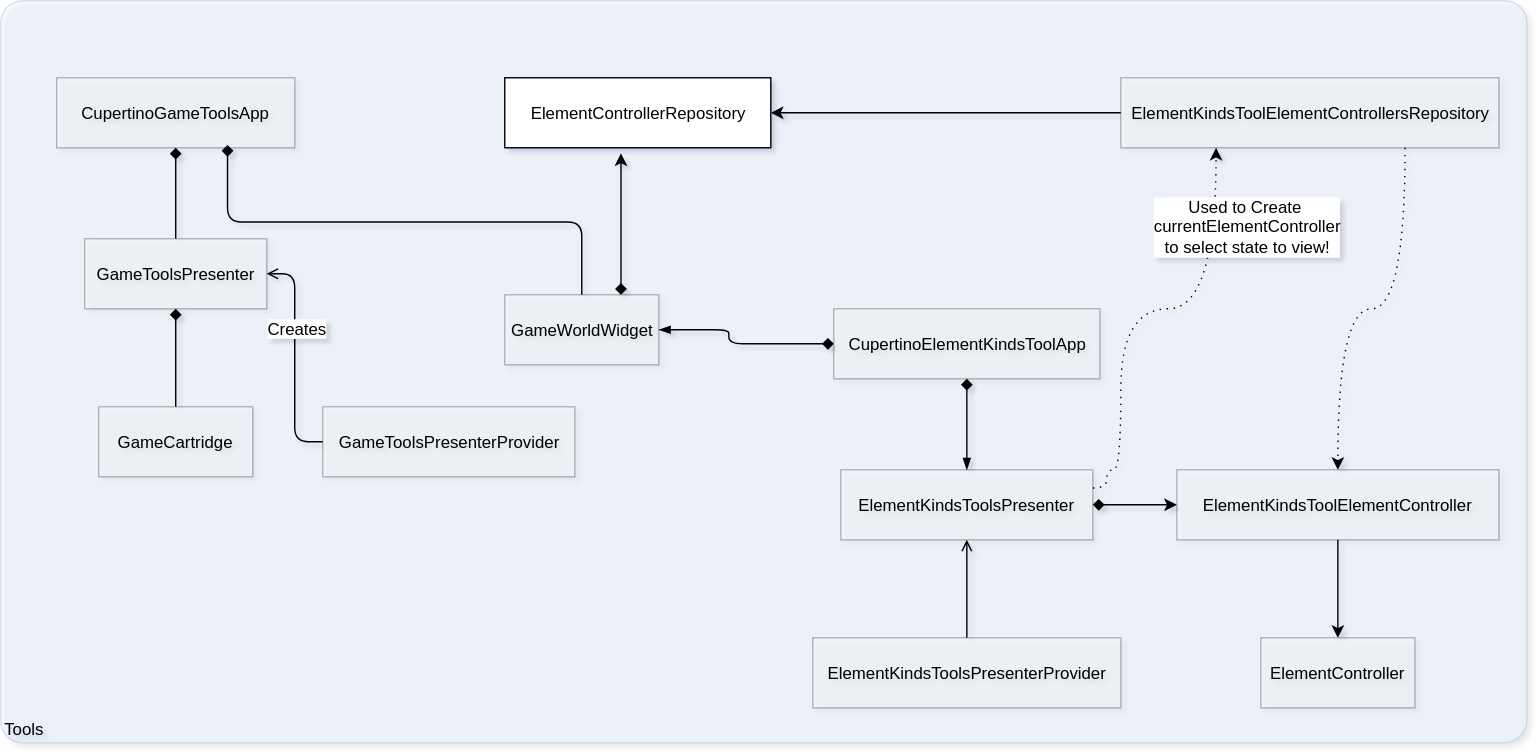
Above: doc/KGRESS-Code - Tools.svg in kevinvandenbreemen/kgress (draw.io), before the change. Source tidied: cells renumbered, new cells last; positions are measured from the earlier drawing's top-left corner, leaving out a move shared by most shapes.
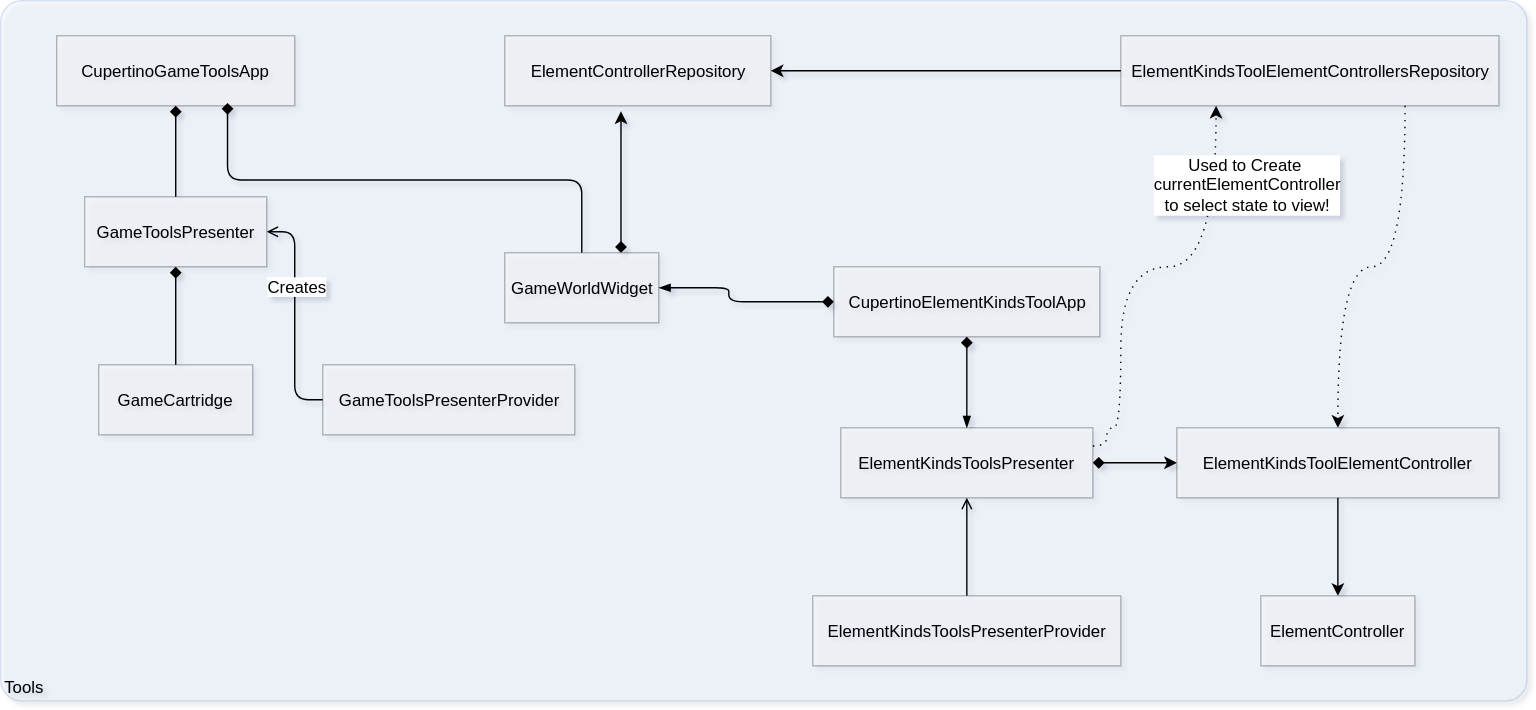
Later version of the same file.

Commit message:
Fix transparency, alignment

Diff of the diagram source:
```diff
@@ -4,7 +4,7 @@
     <mxCell id="1" parent="0" />
     <object id="2" label="&lt;div style=&quot;text-align: left&quot;&gt;Tools&lt;/div&gt;" c4Application="applicationAndVersion" c4Name="name" c4Type="ExecutionEnvironment" placeholders="1">
       <mxCell style="rounded=1;whiteSpace=wrap;html=1;labelBackgroundColor=none;fillColor=#dae8fc;align=left;arcSize=3;strokeColor=#6c8ebf;verticalAlign=bottom;opacity=25;" parent="1" vertex="1">
-        <mxGeometry width="1090" height="530" as="geometry" />
+        <mxGeometry y="30" width="1090" height="500" as="geometry" />
       </mxCell>
     </object>
     <mxCell id="3" value="&lt;span style=&quot;font-weight: normal&quot;&gt;CupertinoGameToolsApp&lt;/span&gt;&lt;br style=&quot;font-size: 12px&quot;&gt;" style="html=1;fontSize=12;opacity=25;fontStyle=1;" parent="1" vertex="1">
@@ -91,7 +91,7 @@
     <mxCell id="25" value="ElementKindsToolElementControllersRepository" style="html=1;opacity=25;" parent="1" vertex="1">
       <mxGeometry x="800" y="55" width="270" height="50" as="geometry" />
     </mxCell>
-    <mxCell id="26" value="ElementControllerRepository" style="html=1;" parent="1" vertex="1">
+    <mxCell id="26" value="ElementControllerRepository" style="html=1;opacity=25;" parent="1" vertex="1">
       <mxGeometry x="360" y="55" width="190" height="50" as="geometry" />
     </mxCell>
     <mxCell id="27" value="ElementController" style="html=1;opacity=25;" parent="1" vertex="1">
```
